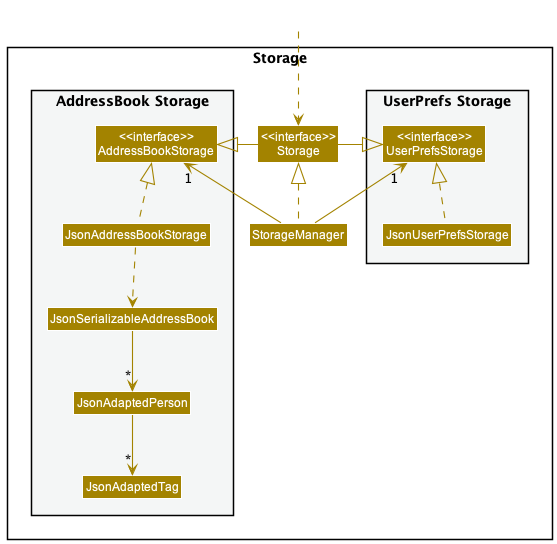
Earlier version of the PlantUML export docs/images/StorageClassDiagram.png (nus-cs2103-AY2223S2/tp). The source it was exported from:
```plantuml
@startuml
!include style.puml
skinparam arrowThickness 1.1
skinparam arrowColor STORAGE_COLOR
skinparam classBackgroundColor STORAGE_COLOR

package Storage{

package "UserPrefs Storage" #F4F6F6{
Class "<<interface>>\nUserPrefsStorage" as UserPrefsStorage
Class JsonUserPrefsStorage
}

Class "<<interface>>\nStorage" as Storage
Class StorageManager

package "AddressBook Storage" #F4F6F6{
Class "<<interface>>\nAddressBookStorage" as AddressBookStorage
Class JsonAddressBookStorage
Class JsonSerializableAddressBook
Class JsonAdaptedPerson
Class JsonAdaptedTag
}

}

Class HiddenOutside #FFFFFF
HiddenOutside ..> Storage

StorageManager .up.|> Storage
StorageManager -up-> "1" UserPrefsStorage
StorageManager -up-> "1" AddressBookStorage

Storage -left-|> UserPrefsStorage
Storage -right-|> AddressBookStorage

JsonUserPrefsStorage .up.|> UserPrefsStorage
JsonAddressBookStorage .up.|> AddressBookStorage
JsonAddressBookStorage ..> JsonSerializableAddressBook
JsonSerializableAddressBook --> "*" JsonAdaptedPerson
JsonAdaptedPerson --> "*" JsonAdaptedTag

@enduml
```
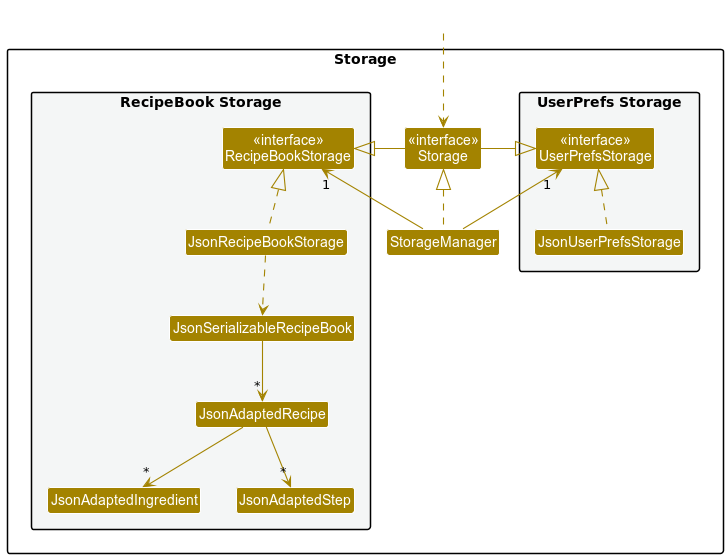
After the change.

Commit message:
Updated storage class diagram

The edit, as a diff of the source:
```diff
@@ -6,38 +6,43 @@
 
 package Storage{
 
+
 package "UserPrefs Storage" #F4F6F6{
 Class "<<interface>>\nUserPrefsStorage" as UserPrefsStorage
 Class JsonUserPrefsStorage
 }
 
-Class "<<interface>>\nStorage" as Storage
 Class StorageManager
+Class "<<interface>>\nStorage" as StorageI
 
-package "AddressBook Storage" #F4F6F6{
-Class "<<interface>>\nAddressBookStorage" as AddressBookStorage
-Class JsonAddressBookStorage
-Class JsonSerializableAddressBook
-Class JsonAdaptedPerson
-Class JsonAdaptedTag
+package "RecipeBook Storage" #F4F6F6{
+Class "<<interface>>\nRecipeBookStorage" as RecipeBookStorage
+Class JsonRecipeBookStorage
+Class JsonSerializableRecipeBook
+Class JsonAdaptedRecipe
+Class JsonAdaptedIngredient
+Class JsonAdaptedStep
 }
+
 
 }
 
+
 Class HiddenOutside #FFFFFF
-HiddenOutside ..> Storage
+HiddenOutside ..> StorageI
 
-StorageManager .up.|> Storage
+StorageManager .up-|> StorageI
 StorageManager -up-> "1" UserPrefsStorage
-StorageManager -up-> "1" AddressBookStorage
+StorageManager -up-> "1" RecipeBookStorage
 
-Storage -left-|> UserPrefsStorage
-Storage -right-|> AddressBookStorage
+StorageI -left|> RecipeBookStorage
+StorageI -right|> UserPrefsStorage
 
 JsonUserPrefsStorage .up.|> UserPrefsStorage
-JsonAddressBookStorage .up.|> AddressBookStorage
-JsonAddressBookStorage ..> JsonSerializableAddressBook
-JsonSerializableAddressBook --> "*" JsonAdaptedPerson
-JsonAdaptedPerson --> "*" JsonAdaptedTag
+JsonRecipeBookStorage .up.|> RecipeBookStorage
+JsonRecipeBookStorage ..> JsonSerializableRecipeBook
+JsonSerializableRecipeBook --> "*" JsonAdaptedRecipe
+JsonAdaptedRecipe --> "*" JsonAdaptedIngredient
+JsonAdaptedRecipe --> "*" JsonAdaptedStep
 
 @enduml
```
